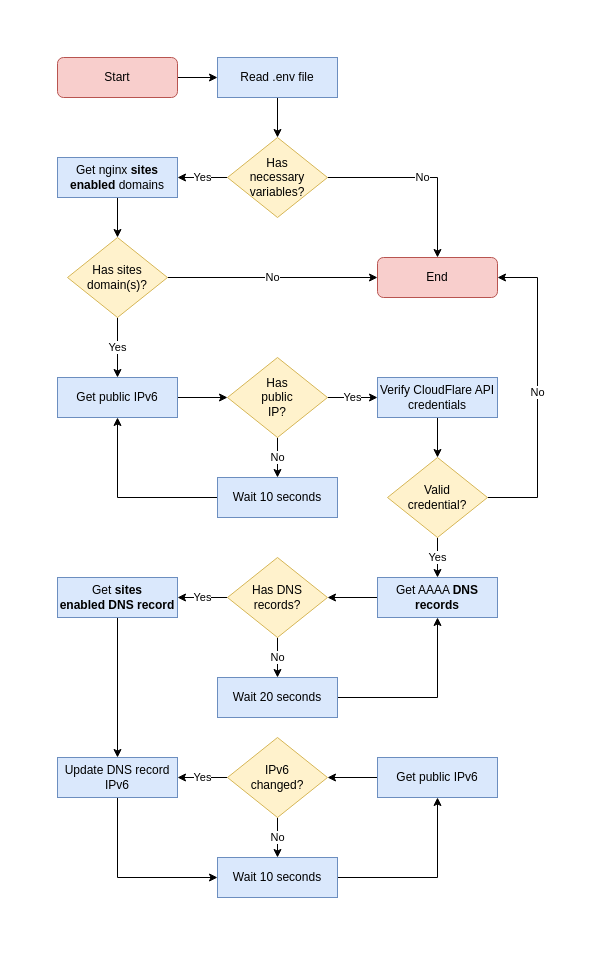
Earlier version of the draw.io diagram Docs/Process Flow.drawio (rainniel/NCFDDClient). Source tidied: cells renumbered, new cells numbered last; positions are measured from the earlier drawing's top-left corner, leaving out a move shared by most shapes. Both pictures are drawn from the tidied source at 100%, with x=0, y=0 at pixel (17, 17).
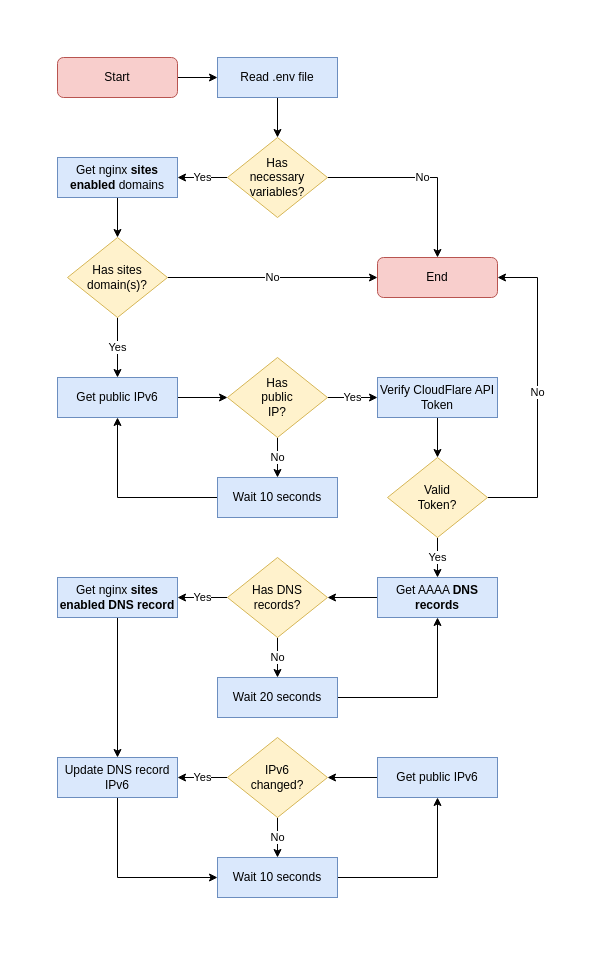
The same diagram, later.

Commit message (it also covers changes not shown here):
Refactor, update README.md and flow chart

Diff of the diagram source:
```diff
@@
-    <mxCell id="16" value="Verify CloudFlare API credentials" style="rounded=0;whiteSpace=wrap;html=1;glass=0;fillColor=#dae8fc;strokeColor=#6c8ebf;" parent="1" vertex="1">
+    <mxCell id="16" value="Verify CloudFlare API Token" style="rounded=0;whiteSpace=wrap;html=1;glass=0;fillColor=#dae8fc;strokeColor=#6c8ebf;" parent="1" vertex="1">
       <mxGeometry x="360" y="360" width="120" height="40" as="geometry" />
     </mxCell>
@@
-    <mxCell id="21" value="Valid&lt;div&gt;credential?&lt;/div&gt;" style="rhombus;whiteSpace=wrap;html=1;fillColor=#fff2cc;strokeColor=#d6b656;" parent="1" vertex="1">
+    <mxCell id="21" value="Valid&lt;div&gt;Token?&lt;/div&gt;" style="rhombus;whiteSpace=wrap;html=1;fillColor=#fff2cc;strokeColor=#d6b656;" parent="1" vertex="1">
       <mxGeometry x="370" y="440" width="100" height="80" as="geometry" />
     </mxCell>
@@
-    <mxCell id="37" value="Get &lt;b&gt;sites enabled&amp;nbsp;DNS record&lt;/b&gt;" style="rounded=0;whiteSpace=wrap;html=1;fillColor=#dae8fc;strokeColor=#6c8ebf;" parent="1" vertex="1">
+    <mxCell id="37" value="Get nginx&amp;nbsp;&lt;b&gt;sites enabled&amp;nbsp;DNS record&lt;/b&gt;" style="rounded=0;whiteSpace=wrap;html=1;fillColor=#dae8fc;strokeColor=#6c8ebf;" parent="1" vertex="1">
       <mxGeometry x="40" y="560" width="120" height="40" as="geometry" />
     </mxCell>
```
